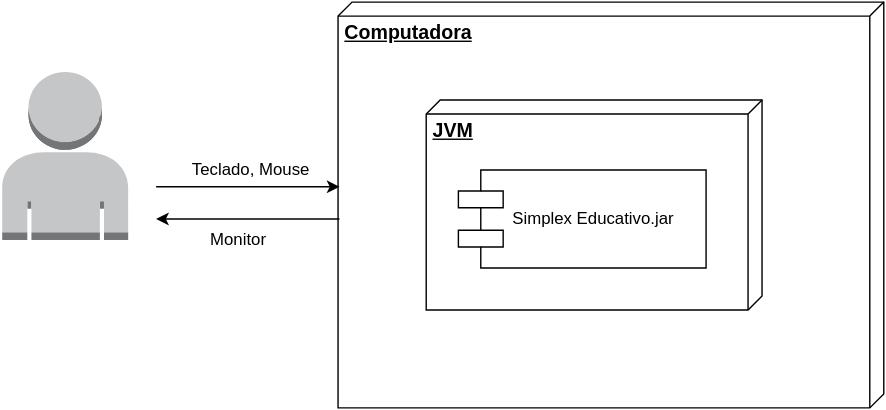
The draw.io diagram Diagramas/Despliegue.svg in fm0195/Simplex_Educativo, before a commit. Source tidied: cells renumbered, new cells last; positions are measured from the earlier drawing's top-left corner, leaving out a move shared by most shapes. The source it was exported from:
```xml
<mxGraphModel>
  <root>
    <mxCell id="0" style="html=1;" />
    <mxCell id="1" style="html=1;" parent="0" />
    <mxCell id="2" style="dashed=0;html=1;shape=mxgraph.aws2.non-service_specific.user;strokeColor=none;" parent="1" vertex="1">
      <mxGeometry y="50" width="90" height="120" as="geometry" />
    </mxCell>
    <mxCell id="3" style="group;" parent="1" vertex="1">
      <mxGeometry x="240" width="390" height="290" as="geometry" />
    </mxCell>
    <mxCell id="4" value="Computadora" style="verticalAlign=top;align=left;spacingTop=8;spacingLeft=2;spacingRight=12;shape=cube;size=10;direction=south;fontStyle=5;fillColor=#FFFFFF;strokeColor=#000000;strokeWidth=1;fontColor=#000000;fontSize=14;html=1;" parent="3" vertex="1">
      <mxGeometry width="390" height="290" as="geometry" />
    </mxCell>
    <mxCell id="5" value="JVM" style="verticalAlign=top;align=left;spacingTop=8;spacingLeft=2;spacingRight=12;shape=cube;size=10;direction=south;fontStyle=5;fillColor=#FFFFFF;strokeColor=#000000;strokeWidth=1;fontColor=#000000;fontSize=14;html=1;" parent="3" vertex="1">
      <mxGeometry x="63" y="70" width="240" height="150" as="geometry" />
    </mxCell>
    <mxCell id="6" value="Simplex Educativo.jar" style="shape=component;align=left;spacingLeft=36;strokeWidth=1;fontSize=12;" parent="3" vertex="1">
      <mxGeometry x="86" y="120" width="177" height="70" as="geometry" />
    </mxCell>
    <mxCell id="7" style="endArrow=classic;startArrow=none;html=1;entryX=0.455;entryY=0.997;entryPerimeter=0;startFill=0;" parent="1" edge="1" target="4">
      <mxGeometry relative="1" as="geometry">
        <mxPoint x="110" y="132" as="sourcePoint" />
      </mxGeometry>
    </mxCell>
    <mxCell id="8" value="Teclado, Mouse" style="text;html=1;align=center;verticalAlign=middle;labelBackgroundColor=#ffffff;" parent="7" vertex="1">
      <mxGeometry x="0.18" relative="1" as="geometry">
        <mxPoint x="-9" y="-12" as="offset" />
      </mxGeometry>
    </mxCell>
    <mxCell id="9" style="endArrow=none;startArrow=classic;html=1;entryX=0.455;entryY=0.997;entryPerimeter=0;startFill=1;endFill=0;" parent="1" edge="1">
      <mxGeometry x="130" y="405" as="geometry">
        <mxPoint x="110" y="155" as="sourcePoint" />
        <mxPoint x="241" y="155" as="targetPoint" />
      </mxGeometry>
    </mxCell>
    <mxCell id="10" value="Monitor" style="text;html=1;align=center;verticalAlign=middle;labelBackgroundColor=#ffffff;" parent="9" vertex="1">
      <mxGeometry x="0.18" relative="1" as="geometry">
        <mxPoint x="-19" y="15" as="offset" />
      </mxGeometry>
    </mxCell>
  </root>
</mxGraphModel>
```
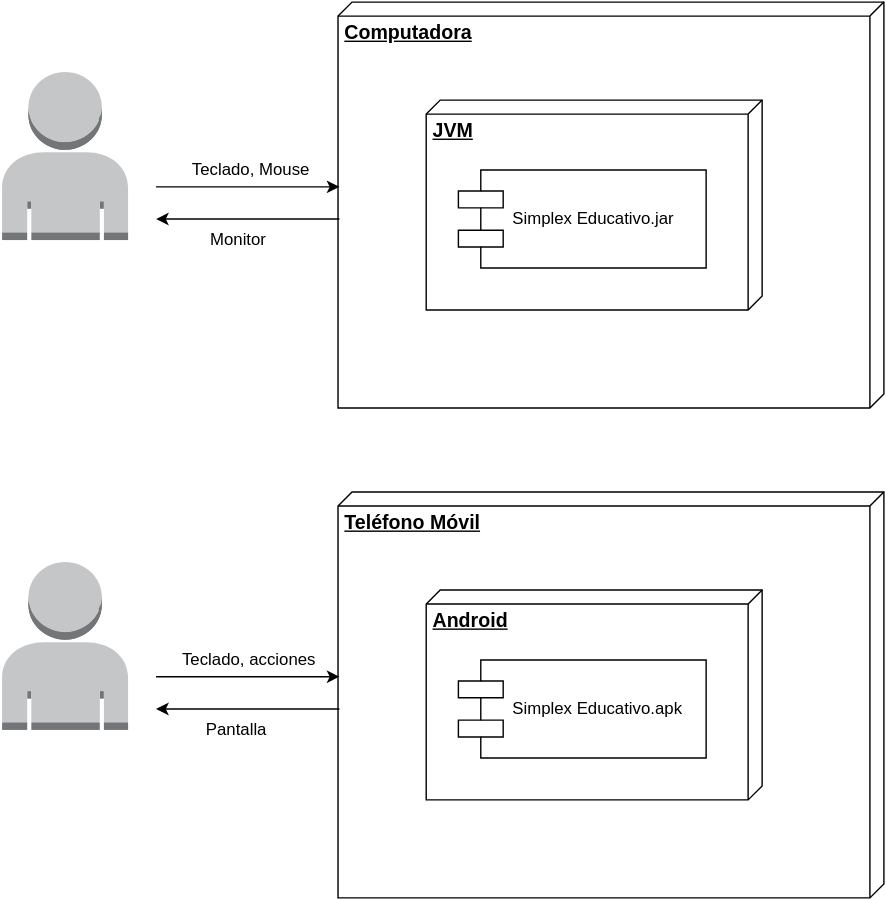
The same file after the commit.

What changed in the source:
```diff
@@ -38,5 +38,41 @@
         <mxPoint x="-19" y="15" as="offset" />
       </mxGeometry>
     </mxCell>
+    <mxCell id="11" style="dashed=0;html=1;shape=mxgraph.aws2.non-service_specific.user;strokeColor=none;" parent="1" vertex="1">
+      <mxGeometry y="400" width="90" height="120" as="geometry" />
+    </mxCell>
+    <mxCell id="12" style="group;" parent="1" vertex="1">
+      <mxGeometry x="240" y="350" width="390" height="290" as="geometry" />
+    </mxCell>
+    <mxCell id="13" value="Teléfono Móvil" style="verticalAlign=top;align=left;spacingTop=8;spacingLeft=2;spacingRight=12;shape=cube;size=10;direction=south;fontStyle=5;fillColor=#FFFFFF;strokeColor=#000000;strokeWidth=1;fontColor=#000000;fontSize=14;html=1;" parent="12" vertex="1">
+      <mxGeometry width="390" height="290" as="geometry" />
+    </mxCell>
+    <mxCell id="14" value="Android" style="verticalAlign=top;align=left;spacingTop=8;spacingLeft=2;spacingRight=12;shape=cube;size=10;direction=south;fontStyle=5;fillColor=#FFFFFF;strokeColor=#000000;strokeWidth=1;fontColor=#000000;fontSize=14;html=1;" parent="12" vertex="1">
+      <mxGeometry x="63" y="70" width="240" height="150" as="geometry" />
+    </mxCell>
+    <mxCell id="15" value="Simplex Educativo.apk" style="shape=component;align=left;spacingLeft=36;strokeWidth=1;fontSize=12;" parent="12" vertex="1">
+      <mxGeometry x="86" y="120" width="177" height="70" as="geometry" />
+    </mxCell>
+    <mxCell id="16" style="endArrow=classic;startArrow=none;html=1;entryX=0.455;entryY=0.997;entryPerimeter=0;startFill=0;" parent="1" edge="1" target="13">
+      <mxGeometry x="150" y="732" as="geometry">
+        <mxPoint x="110" y="482" as="sourcePoint" />
+      </mxGeometry>
+    </mxCell>
+    <mxCell id="17" value="Teclado, acciones" style="text;html=1;align=center;verticalAlign=middle;labelBackgroundColor=#ffffff;" parent="16" vertex="1">
+      <mxGeometry x="0.18" relative="1" as="geometry">
+        <mxPoint x="-9" y="-12" as="offset" />
+      </mxGeometry>
+    </mxCell>
+    <mxCell id="18" style="endArrow=none;startArrow=classic;html=1;entryX=0.455;entryY=0.997;entryPerimeter=0;startFill=1;endFill=0;" parent="1" edge="1">
+      <mxGeometry x="130" y="755" as="geometry">
+        <mxPoint x="110" y="505" as="sourcePoint" />
+        <mxPoint x="241" y="505" as="targetPoint" />
+      </mxGeometry>
+    </mxCell>
+    <mxCell id="19" value="Pantalla" style="text;html=1;align=center;verticalAlign=middle;labelBackgroundColor=#ffffff;" parent="18" vertex="1">
+      <mxGeometry x="0.18" relative="1" as="geometry">
+        <mxPoint x="-19" y="15" as="offset" />
+      </mxGeometry>
+    </mxCell>
   </root>
 </mxGraphModel>
```
